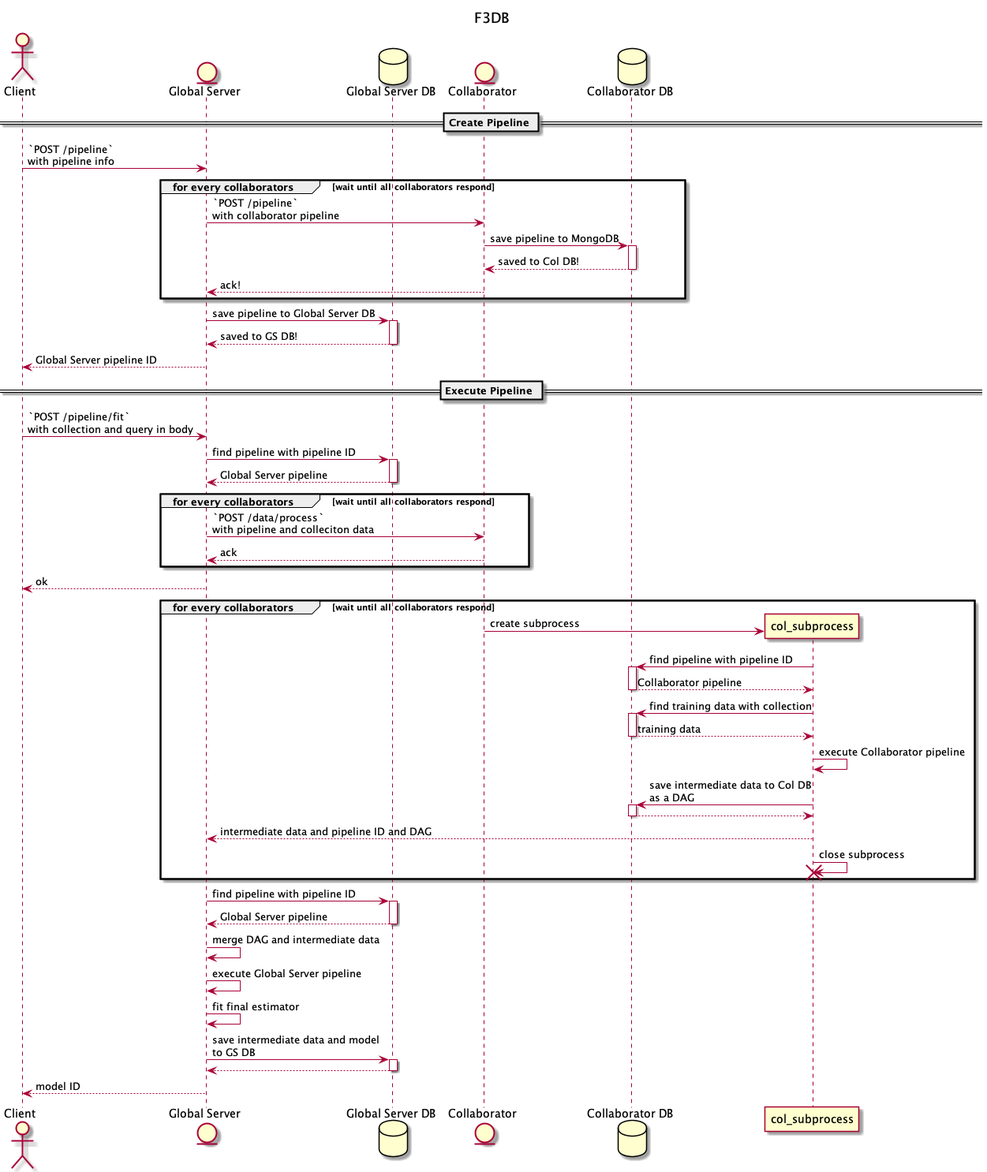
disam8853/f3db keeps this PlantUML diagram as F3DB.png. Above is the earlier version. Its diagram source:
```plantuml
@startuml F3DB
title F3DB
actor       Client      as c
entity      "Global Server" as gs
database    "Global Server DB" as db_gs
entity      Collaborator as col
database    "Collaborator DB" as db_col

== Create Pipeline ==

c -> gs: `POST /pipeline`\nwith pipeline info
group for every collaborators [wait until all collaborators respond]
gs -> col: `POST /pipeline`\nwith collaborator pipeline
col -> db_col ++: save pipeline to MongoDB
return saved to Col DB!
col --> gs: ack!
end
gs -> db_gs++: save pipeline to Global Server DB
return saved to GS DB!
gs --> c: Global Server pipeline ID

== Execute Pipeline ==

c -> gs: `POST /pipeline/fit`\nwith collection and query in body
gs -> db_gs++: find pipeline with pipeline ID
return Global Server pipeline

group for every collaborators [wait until all collaborators respond]
gs -> col: `POST /data/process`\nwith pipeline and colleciton data
return ack
end

gs --> c: ok

group for every collaborators [wait until all collaborators respond]
col -> col_subprocess **: create subprocess
col_subprocess -> db_col++: find pipeline with pipeline ID
return Collaborator pipeline
col_subprocess -> db_col++: find training data with collection
return training data
col_subprocess -> col_subprocess: execute Collaborator pipeline
col_subprocess -> db_col++: save intermediate data to Col DB\nas a DAG
return
col_subprocess --> gs: intermediate data and pipeline ID and DAG
col_subprocess -> col_subprocess !!: close subprocess
end

gs -> db_gs++: find pipeline with pipeline ID
return Global Server pipeline
gs -> gs: merge DAG and intermediate data
gs -> gs: execute Global Server pipeline
gs -> gs: fit final estimator
gs -> db_gs++: save intermediate data and model\nto GS DB
return
gs --> c: model ID

@enduml
```
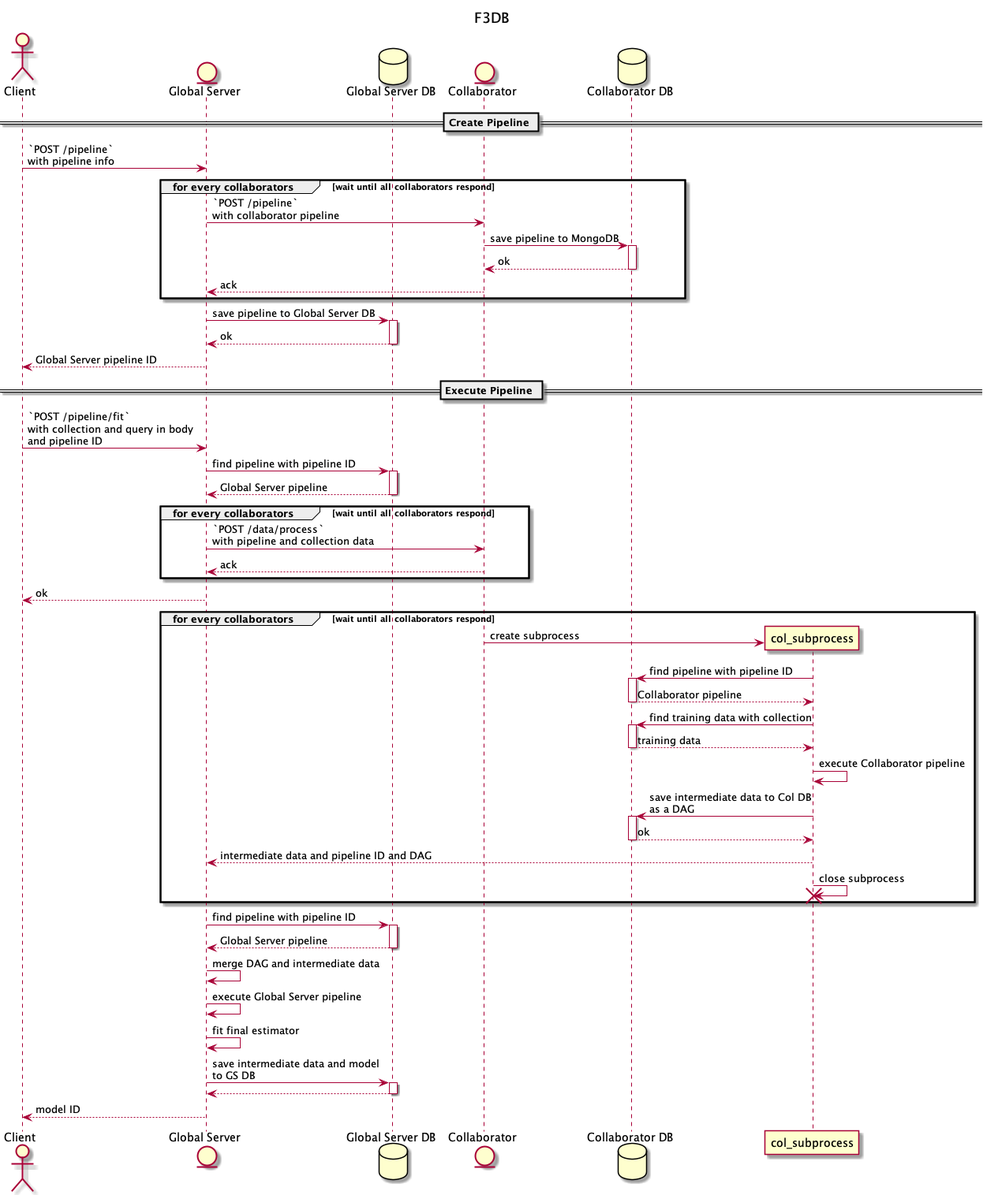
The same file after the commit.

The edit, as a diff of the source:
```diff
@@ -12,21 +12,21 @@
 group for every collaborators [wait until all collaborators respond]
 gs -> col: `POST /pipeline`\nwith collaborator pipeline
 col -> db_col ++: save pipeline to MongoDB
-return saved to Col DB!
-col --> gs: ack!
+return ok
+col --> gs: ack
 end
 gs -> db_gs++: save pipeline to Global Server DB
-return saved to GS DB!
+return ok
 gs --> c: Global Server pipeline ID
 
 == Execute Pipeline ==
 
-c -> gs: `POST /pipeline/fit`\nwith collection and query in body
+c -> gs: `POST /pipeline/fit`\nwith collection and query in body\nand pipeline ID
 gs -> db_gs++: find pipeline with pipeline ID
 return Global Server pipeline
 
 group for every collaborators [wait until all collaborators respond]
-gs -> col: `POST /data/process`\nwith pipeline and colleciton data
+gs -> col: `POST /data/process`\nwith pipeline and collection data
 return ack
 end
 
@@ -40,7 +40,7 @@
 return training data
 col_subprocess -> col_subprocess: execute Collaborator pipeline
 col_subprocess -> db_col++: save intermediate data to Col DB\nas a DAG
-return
+return ok
 col_subprocess --> gs: intermediate data and pipeline ID and DAG
 col_subprocess -> col_subprocess !!: close subprocess
 end
```
